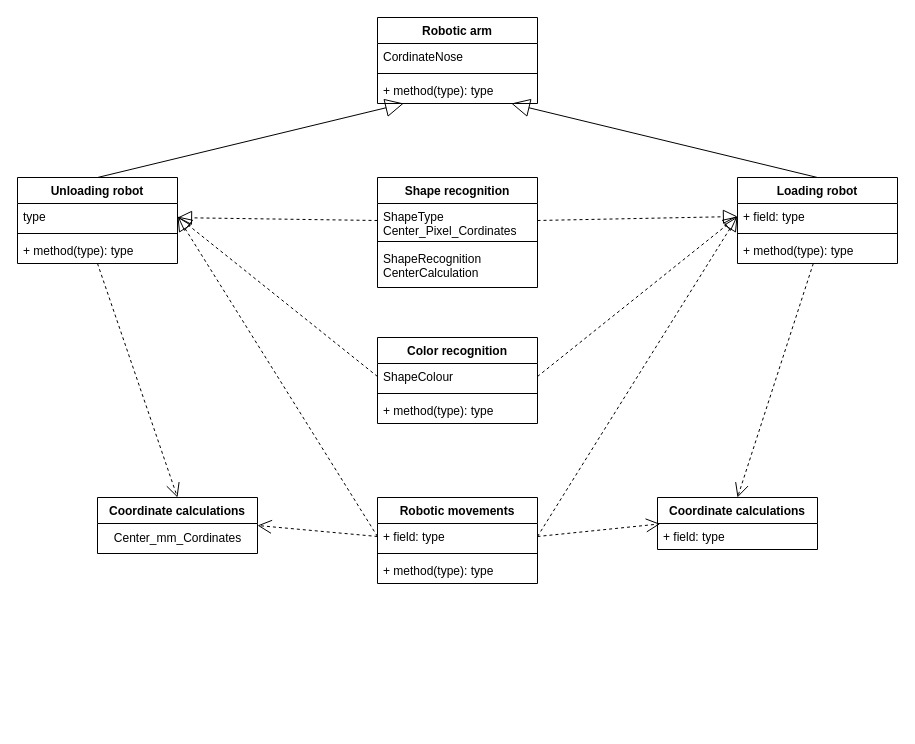
Earlier version of the draw.io diagram Class diagram.drawio (WinnenVanB2IsBelangrijkerDanMeedoen/EndAssigmentMain-SDA3). Source tidied: cells renumbered, new cells numbered last; positions are measured from the earlier drawing's top-left corner, leaving out a move shared by most shapes. Both pictures are drawn from the tidied source at 100%, with x=0, y=0 at pixel (17, 17).
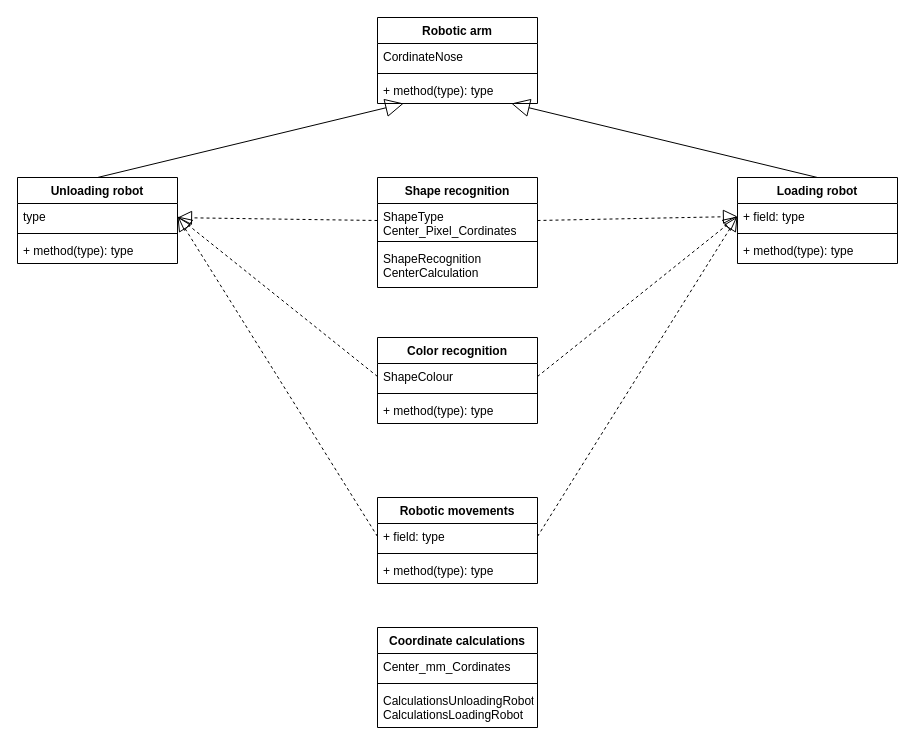
The same page after the edit.

The change refers to these unchanged cells:
```xml
<mxCell id="15" value="+ field: type" style="text;strokeColor=none;fillColor=none;align=left;verticalAlign=top;spacingLeft=4;spacingRight=4;overflow=hidden;points=[[0,0.5],[1,0.5]];portConstraint=eastwest;" parent="14" vertex="1">
  <mxGeometry y="26" width="160" height="26" as="geometry" />
</mxCell>
<mxCell id="24" value="+ method(type): type" style="text;strokeColor=none;fillColor=none;align=left;verticalAlign=top;spacingLeft=4;spacingRight=4;overflow=hidden;points=[[0,0.5],[1,0.5]];portConstraint=eastwest;" parent="21" vertex="1">
  <mxGeometry y="60" width="160" height="26" as="geometry" />
</mxCell>
<mxCell id="25" value="Unloading robot" style="swimlane;fontStyle=1;align=center;verticalAlign=top;horizontal=1;startSize=26;flipH=1;" parent="1" vertex="1">
  <mxGeometry y="160" width="160" height="86" as="geometry" />
</mxCell>
```

What changed in the source:
```diff
@@
-    <mxCell id="19" value="Coordinate calculations" style="swimlane;fontStyle=1;align=center;verticalAlign=top;horizontal=1;startSize=26;" parent="1" vertex="1">
-      <mxGeometry x="80" y="480" width="160" height="56" as="geometry" />
-    </mxCell>
-    <mxCell id="20" value="Center_mm_Cordinates" style="text;html=1;align=center;verticalAlign=middle;strokeColor=none;fillColor=none;" parent="19" vertex="1">
-      <mxGeometry y="26" width="160" height="30" as="geometry" />
-    </mxCell>
@@
-    <mxCell id="38" value="Coordinate calculations" style="swimlane;fontStyle=1;align=center;verticalAlign=top;horizontal=1;startSize=26;" parent="1" vertex="1">
-      <mxGeometry x="640" y="480" width="160" height="52" as="geometry" />
-    </mxCell>
-    <mxCell id="39" value="+ field: type" style="text;strokeColor=none;fillColor=none;align=left;verticalAlign=top;spacingLeft=4;spacingRight=4;overflow=hidden;points=[[0,0.5],[1,0.5]];portConstraint=eastwest;" parent="38" vertex="1">
-      <mxGeometry y="26" width="160" height="26" as="geometry" />
-    </mxCell>
-    <mxCell id="40" style="endArrow=open;endSize=12;dashed=1;html=1;rounded=0;elbow=vertical;exitX=0.5;exitY=1;exitDx=0;exitDy=0;entryX=0.5;entryY=0;entryDx=0;entryDy=0;" parent="1" edge="1" source="25" target="19">
-      <mxGeometry relative="1" as="geometry" />
-    </mxCell>
-    <mxCell id="41" style="endArrow=open;endSize=12;dashed=1;html=1;rounded=0;elbow=vertical;entryX=0.5;entryY=0;entryDx=0;entryDy=0;" parent="1" edge="1" source="24" target="38">
-      <mxGeometry relative="1" as="geometry" />
-    </mxCell>
-    <mxCell id="42" style="endArrow=open;endSize=12;dashed=1;html=1;rounded=0;elbow=vertical;exitX=0;exitY=0.5;exitDx=0;exitDy=0;entryX=1;entryY=0.5;entryDx=0;entryDy=0;" parent="1" edge="1" source="15" target="19">
-      <mxGeometry relative="1" as="geometry" />
-    </mxCell>
-    <mxCell id="43" style="endArrow=open;endSize=12;dashed=1;html=1;rounded=0;elbow=vertical;exitX=1;exitY=0.5;exitDx=0;exitDy=0;entryX=0.017;entryY=0.015;entryDx=0;entryDy=0;entryPerimeter=0;" parent="1" edge="1" source="15" target="39">
-      <mxGeometry relative="1" as="geometry" />
-    </mxCell>
+    <mxCell id="44" value="Coordinate calculations" style="swimlane;fontStyle=1;align=center;verticalAlign=top;horizontal=1;startSize=26;" parent="1" vertex="1">
+      <mxGeometry x="360" y="610" width="160" height="100" as="geometry" />
+    </mxCell>
+    <mxCell id="20" value="Center_mm_Cordinates" style="text;strokeColor=none;fillColor=none;align=left;verticalAlign=top;spacingLeft=4;spacingRight=4;overflow=hidden;" parent="44" vertex="1">
+      <mxGeometry y="26" width="160" height="26" as="geometry" />
+    </mxCell>
+    <mxCell id="45" style="line;strokeWidth=1;fillColor=none;align=left;verticalAlign=middle;spacingTop=-1;spacingLeft=3;spacingRight=3;labelPosition=right;strokeColor=inherit;" parent="44" vertex="1">
+      <mxGeometry y="52" width="160" height="8" as="geometry" />
+    </mxCell>
+    <mxCell id="46" value="CalculationsUnloadingRobot&#10;CalculationsLoadingRobot" style="text;strokeColor=none;fillColor=none;align=left;verticalAlign=top;spacingLeft=4;spacingRight=4;overflow=hidden;" parent="44" vertex="1">
+      <mxGeometry y="60" width="160" height="40" as="geometry" />
+    </mxCell>
```
